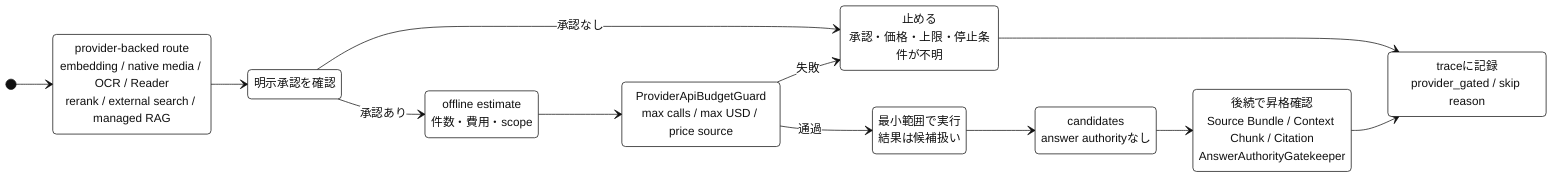
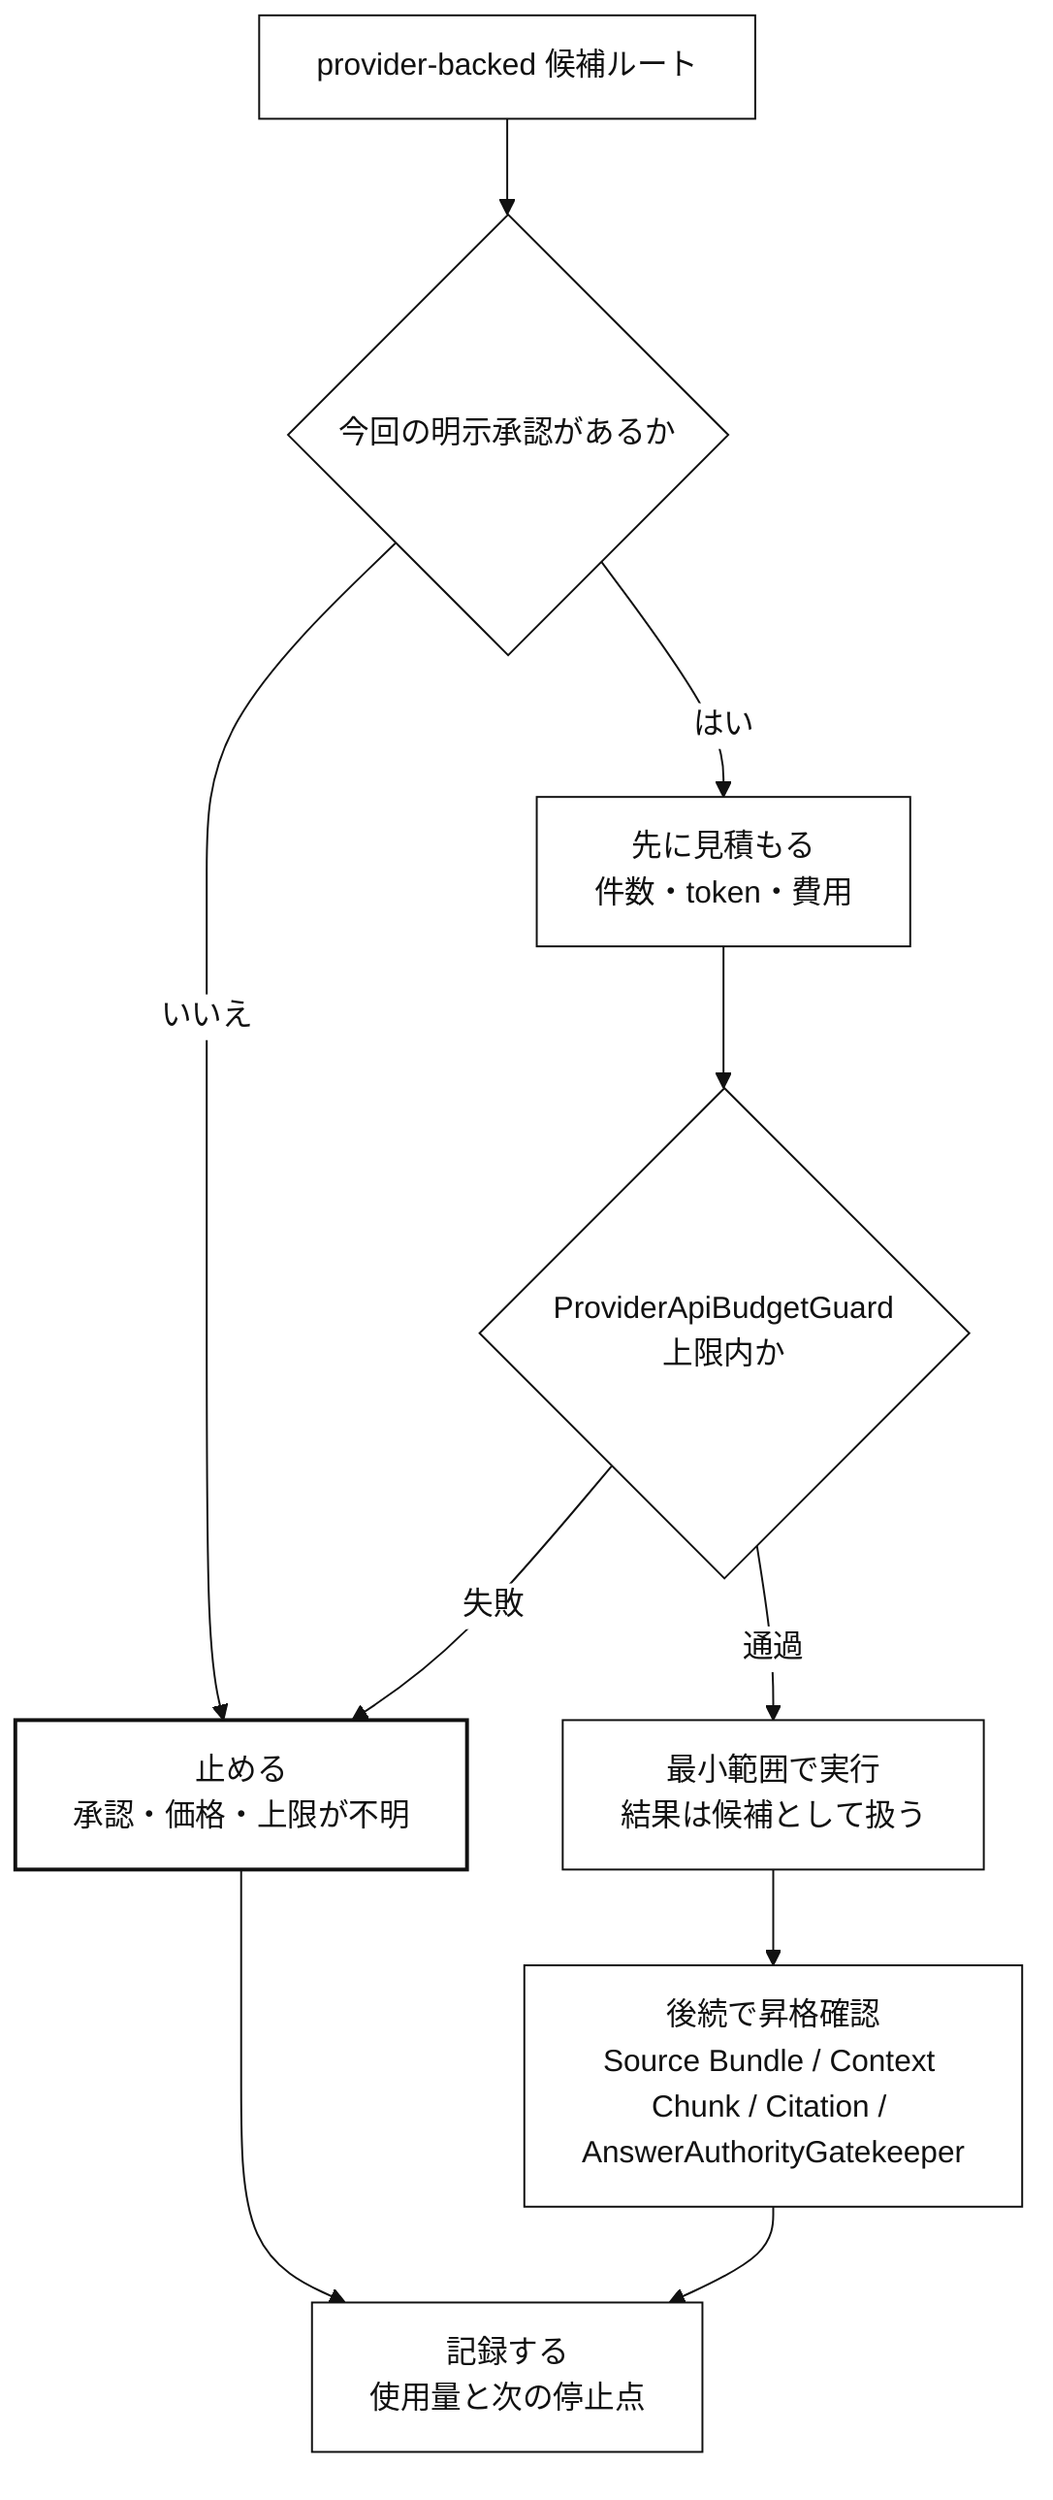
%%{init: {"theme":"base","themeVariables":{"background":"#ffffff","primaryColor":"#ffffff","primaryBorderColor":"#111111","primaryTextColor":"#111111","secondaryColor":"#ffffff","secondaryBorderColor":"#111111","secondaryTextColor":"#111111","tertiaryColor":"#ffffff","tertiaryBorderColor":"#111111","tertiaryTextColor":"#111111","lineColor":"#111111","textColor":"#111111","mainBkg":"#ffffff","secondBkg":"#ffffff","actorBkg":"#ffffff","actorBorder":"#111111","actorTextColor":"#111111","activationBkgColor":"#ffffff","activationBorderColor":"#111111","noteBkgColor":"#ffffff","noteBorderColor":"#111111","labelBoxBkgColor":"#ffffff","labelBoxBorderColor":"#111111","signalColor":"#111111","signalTextColor":"#111111","loopTextColor":"#111111"}}}%%
- stateDiagram-v2
-   %% 完成形の provider / quota guard 図: Mermaid UML stateDiagramで承認済みProviderの状態遷移を見る
-   direction LR
+ flowchart TB
+   %% 完成形の provider / quota guard 図: 承認済みProviderを候補生成として安全に使う

-   state "provider-backed route<br/>embedding / native media / OCR / Reader<br/>rerank / external search / managed RAG" as ProviderLane
-   state "明示承認を確認" as ApprovalCheck
-   state "止める<br/>承認・価格・上限・停止条件が不明" as Stop
-   state "traceに記録<br/>provider_gated / skip reason" as Record
-   state "offline estimate<br/>件数・費用・scope" as Estimate
-   state "ProviderApiBudgetGuard<br/>max calls / max USD / price source" as Guard
-   state "最小範囲で実行<br/>結果は候補扱い" as MinimalRun
-   state "candidates<br/>answer authorityなし" as Candidate
-   state "後続で昇格確認<br/>Source Bundle / Context Chunk / Citation<br/>AnswerAuthorityGatekeeper" as EvidencePromotion
+   classDef ask fill:#ffffff,stroke:#111111,color:#111111
+   classDef ok fill:#ffffff,stroke:#111111,color:#111111
+   classDef stop fill:#ffffff,stroke:#111111,color:#111111,stroke-width:2px
+   classDef record fill:#ffffff,stroke:#111111,color:#111111

-   [*] --> ProviderLane
-   ProviderLane --> ApprovalCheck
+   need["provider-backed 候補ルート"]:::ask
+   approval{"今回の明示承認があるか"}:::ask
+   estimate["先に見積もる<br/>件数・token・費用"]:::ask
+   guard{"ProviderApiBudgetGuard<br/>上限内か"}:::ask
+   run["最小範囲で実行<br/>結果は候補として扱う"]:::ok
+   restore["後続で昇格確認<br/>Source Bundle / Context Chunk / Citation / AnswerAuthorityGatekeeper"]:::ok
+   stop["止める<br/>承認・価格・上限が不明"]:::stop
+   ledger["記録する<br/>使用量と次の停止点"]:::record

-   ApprovalCheck --> Stop: 承認なし
-   Stop --> Record
- 
-   ApprovalCheck --> Estimate: 承認あり
-   Estimate --> Guard
- 
-   Guard --> Stop: 失敗
-   Guard --> MinimalRun: 通過
-   MinimalRun --> Candidate
-   Candidate --> EvidencePromotion
-   EvidencePromotion --> Record
+   need --> approval
+   approval -->|"いいえ"| stop --> ledger
+   approval -->|"はい"| estimate --> guard
+   guard -->|"失敗"| stop
+   guard -->|"通過"| run --> restore --> ledger
